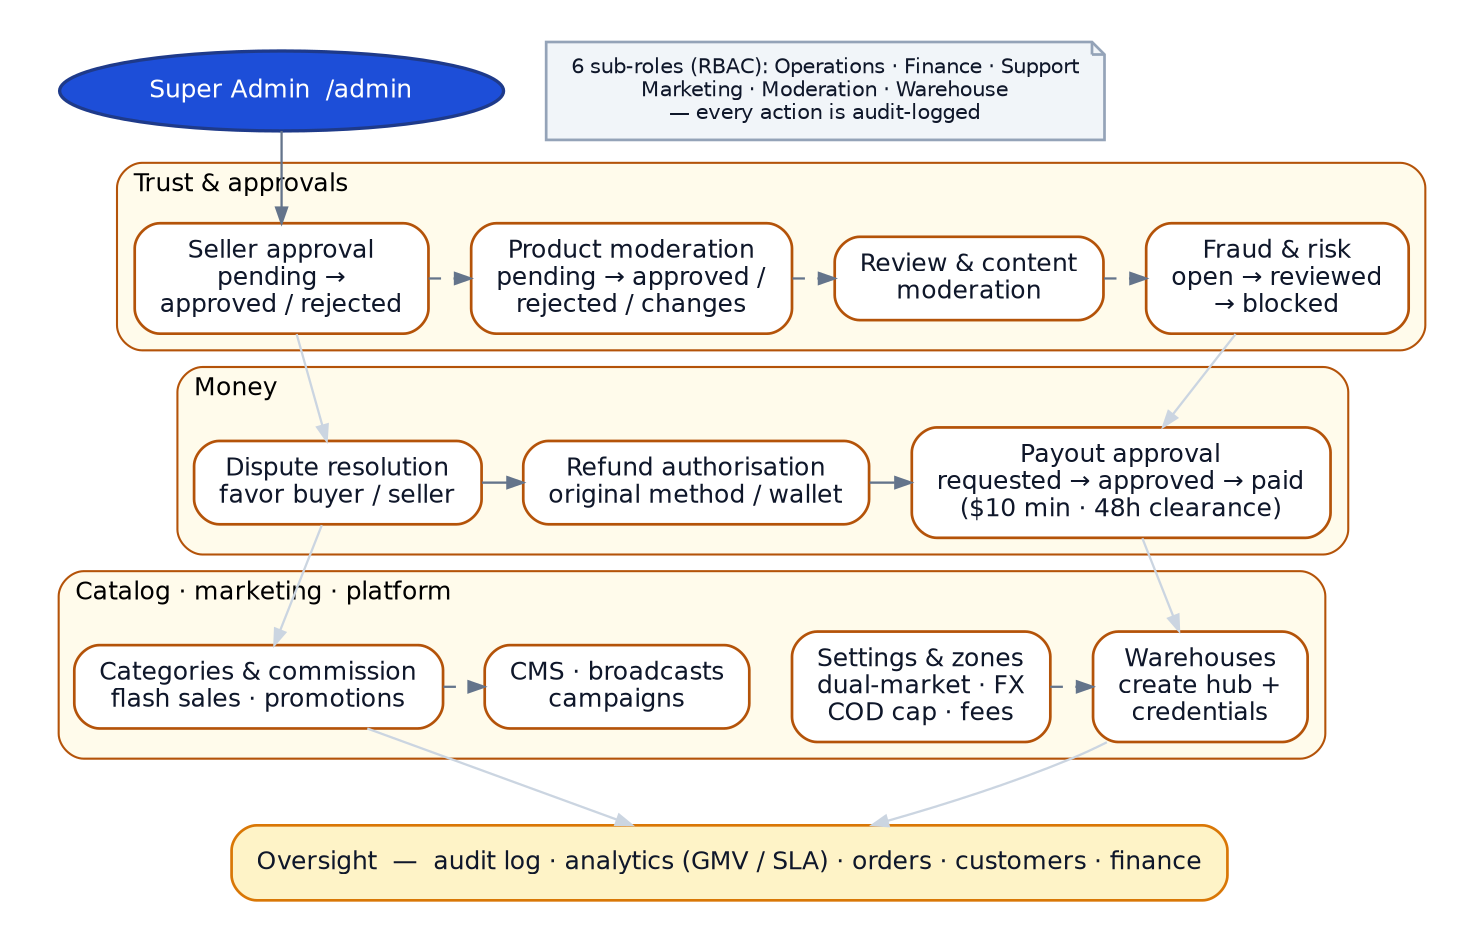
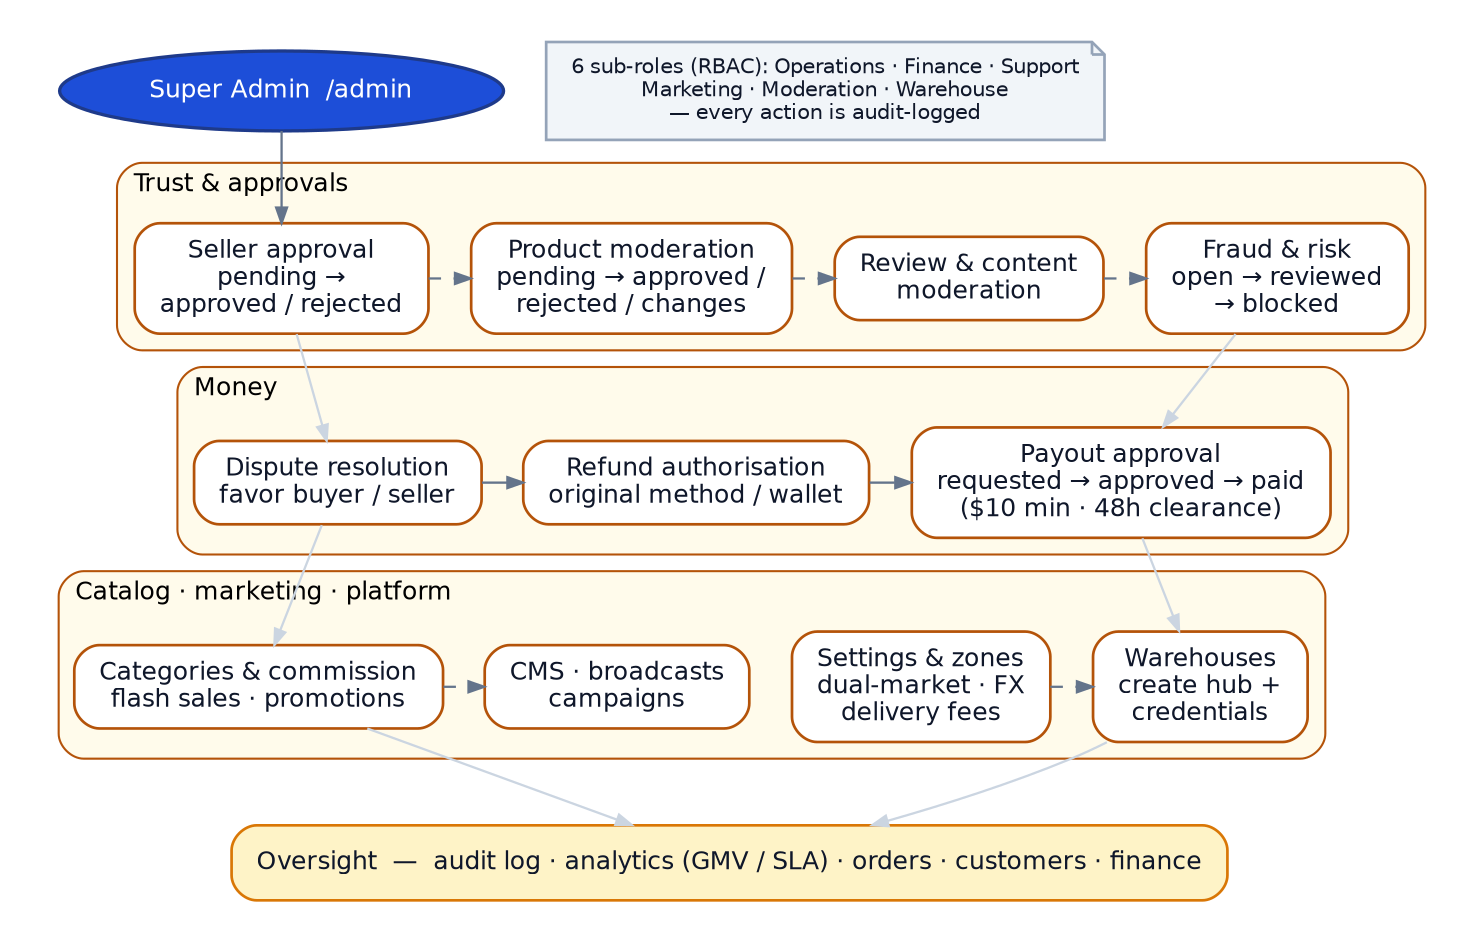
digraph admin {
  graph [rankdir=TB, bgcolor="white", fontname="Helvetica", nodesep=0.28, ranksep=0.55, pad=0.28, ];
  node  [fontname="Helvetica", fontsize=12, margin="0.17,0.10", penwidth=1.3];
  edge  [fontname="Helvetica", fontsize=10, color="#64748b", arrowsize=0.75, penwidth=1.1];
  "ad_root" [label="Super Admin  /admin", shape=oval, style="filled", fillcolor="#1d4ed8", color="#1e3a8a", fontcolor="white", fontsize=12, penwidth=1.6];
  "ad_roles" [label="6 sub-roles (RBAC): Operations · Finance · Support
Marketing · Moderation · Warehouse
— every action is audit-logged", shape=note, style="filled", fillcolor="#F1F5F9", color="#94a3b8", fontcolor="#0f172a", fontsize=10, penwidth=1.3];
  {rank=same; ad_root; ad_roles;}
  subgraph cluster_trust {
    label="Trust & approvals"; fontname="Helvetica"; fontsize=12; style="rounded,filled"; fillcolor="#FFFBEB"; color="#b45309"; labeljust=l;
  "ad_sell" [label="Seller approval
pending →
approved / rejected", shape=box, style="rounded,filled", fillcolor="white", color="#b45309", fontcolor="#0f172a", fontsize=12, penwidth=1.3];
  "ad_prod" [label="Product moderation
pending → approved /
rejected / changes", shape=box, style="rounded,filled", fillcolor="white", color="#b45309", fontcolor="#0f172a", fontsize=12, penwidth=1.3];
  "ad_rev" [label="Review & content
moderation", shape=box, style="rounded,filled", fillcolor="white", color="#b45309", fontcolor="#0f172a", fontsize=12, penwidth=1.3];
  "ad_fraud" [label="Fraud & risk
open → reviewed
→ blocked", shape=box, style="rounded,filled", fillcolor="white", color="#b45309", fontcolor="#0f172a", fontsize=12, penwidth=1.3];
    {rank=same; ad_sell; ad_prod; ad_rev; ad_fraud;}
  }
  subgraph cluster_money {
    label="Money"; fontname="Helvetica"; fontsize=12; style="rounded,filled"; fillcolor="#FFFBEB"; color="#b45309"; labeljust=l;
  "ad_disp" [label="Dispute resolution
favor buyer / seller", shape=box, style="rounded,filled", fillcolor="white", color="#b45309", fontcolor="#0f172a", fontsize=12, penwidth=1.3];
  "ad_ref" [label="Refund authorisation
original method / wallet", shape=box, style="rounded,filled", fillcolor="white", color="#b45309", fontcolor="#0f172a", fontsize=12, penwidth=1.3];
  "ad_pay" [label="Payout approval
requested → approved → paid
($10 min · 48h clearance)", shape=box, style="rounded,filled", fillcolor="white", color="#b45309", fontcolor="#0f172a", fontsize=12, penwidth=1.3];
    {rank=same; ad_disp; ad_ref; ad_pay;}
  }
  subgraph cluster_plat {
    label="Catalog · marketing · platform"; fontname="Helvetica"; fontsize=12; style="rounded,filled"; fillcolor="#FFFBEB"; color="#b45309"; labeljust=l;
  "ad_cat" [label="Categories & commission
flash sales · promotions", shape=box, style="rounded,filled", fillcolor="white", color="#b45309", fontcolor="#0f172a", fontsize=12, penwidth=1.3];
  "ad_cms" [label="CMS · broadcasts
campaigns", shape=box, style="rounded,filled", fillcolor="white", color="#b45309", fontcolor="#0f172a", fontsize=12, penwidth=1.3];
  "ad_set" [label="Settings & zones
dual-market · FX
- COD cap · fees", shape=box, style="rounded,filled", fillcolor="white", color="#b45309", fontcolor="#0f172a", fontsize=12, penwidth=1.3];
+ delivery fees", shape=box, style="rounded,filled", fillcolor="white", color="#b45309", fontcolor="#0f172a", fontsize=12, penwidth=1.3];
  "ad_ware" [label="Warehouses
create hub +
credentials", shape=box, style="rounded,filled", fillcolor="white", color="#b45309", fontcolor="#0f172a", fontsize=12, penwidth=1.3];
    {rank=same; ad_cat; ad_cms; ad_set; ad_ware;}
  }
  "ad_obs" [label="Oversight  —  audit log · analytics (GMV / SLA) · orders · customers · finance", shape=box, style="rounded,filled", fillcolor="#FEF3C7", color="#d97706", fontcolor="#0f172a", fontsize=12, penwidth=1.3];
  "ad_root" -> "ad_sell" [style=solid, color="#64748b"];
  "ad_sell" -> "ad_disp" [style=solid, color="#cbd5e1"];
  "ad_fraud" -> "ad_pay" [style=solid, color="#cbd5e1"];
  "ad_disp" -> "ad_cat" [style=solid, color="#cbd5e1"];
  "ad_pay" -> "ad_ware" [style=solid, color="#cbd5e1"];
  "ad_cat" -> "ad_obs" [style=solid, color="#cbd5e1"];
  "ad_ware" -> "ad_obs" [style=solid, color="#cbd5e1"];
  "ad_sell" -> "ad_prod" [style=dashed, color="#64748b"];
  "ad_prod" -> "ad_rev" [style=dashed, color="#64748b"];
  "ad_rev" -> "ad_fraud" [style=dashed, color="#64748b"];
  "ad_disp" -> "ad_ref" [style=solid, color="#64748b"];
  "ad_ref" -> "ad_pay" [style=solid, color="#64748b"];
  "ad_cat" -> "ad_cms" [style=dashed, color="#64748b"];
  "ad_set" -> "ad_ware" [style=dashed, color="#64748b"];
}
